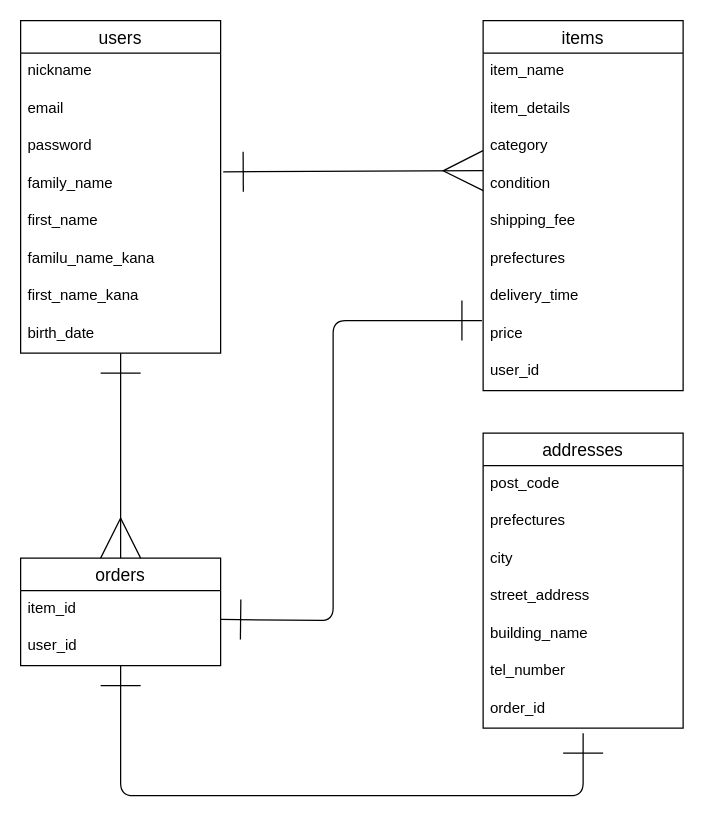
This is assignment.dio from haroco/furima-40291, a draw.io file, before an edit. Source tidied: cells renumbered, new cells numbered last; positions are measured from the earlier drawing's top-left corner, leaving out a move shared by most shapes. Both pictures are drawn from the tidied source at 125%, with x=0, y=0 at pixel (20, 20).
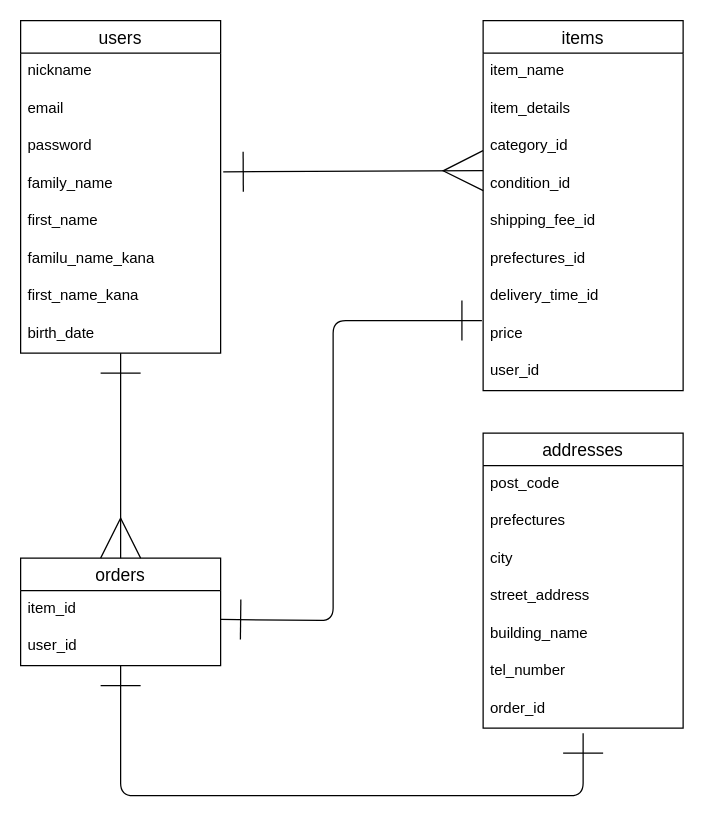
Above is the later version.

Commit message (it also covers changes not shown here):
カラム名をActiveHash用に修正

The change refers to these unchanged cells:
```xml
<mxCell id="11" value="items" style="swimlane;fontStyle=0;horizontal=1;startSize=26;align=center;fontSize=14;" parent="1" vertex="1">
  <mxGeometry x="370" width="160" height="296" as="geometry" />
</mxCell>
```

The edit, as a diff of the source:
```diff
@@
-    <mxCell id="14" value="category" style="text;strokeColor=none;fillColor=none;spacingLeft=4;spacingRight=4;overflow=hidden;fontSize=12;" parent="11" vertex="1">
+    <mxCell id="14" value="category_id" style="text;strokeColor=none;fillColor=none;spacingLeft=4;spacingRight=4;overflow=hidden;fontSize=12;" parent="11" vertex="1">
       <mxGeometry y="86" width="160" height="30" as="geometry" />
     </mxCell>
-    <mxCell id="15" value="condition" style="text;strokeColor=none;fillColor=none;spacingLeft=4;spacingRight=4;overflow=hidden;fontSize=12;" parent="11" vertex="1">
+    <mxCell id="15" value="condition_id" style="text;strokeColor=none;fillColor=none;spacingLeft=4;spacingRight=4;overflow=hidden;fontSize=12;" parent="11" vertex="1">
       <mxGeometry y="116" width="160" height="30" as="geometry" />
     </mxCell>
-    <mxCell id="16" value="shipping_fee" style="text;strokeColor=none;fillColor=none;spacingLeft=4;spacingRight=4;overflow=hidden;fontSize=12;" parent="11" vertex="1">
+    <mxCell id="16" value="shipping_fee_id" style="text;strokeColor=none;fillColor=none;spacingLeft=4;spacingRight=4;overflow=hidden;fontSize=12;" parent="11" vertex="1">
       <mxGeometry y="146" width="160" height="30" as="geometry" />
     </mxCell>
-    <mxCell id="17" value="prefectures" style="text;strokeColor=none;fillColor=none;spacingLeft=4;spacingRight=4;overflow=hidden;fontSize=12;" parent="11" vertex="1">
+    <mxCell id="17" value="prefectures_id" style="text;strokeColor=none;fillColor=none;spacingLeft=4;spacingRight=4;overflow=hidden;fontSize=12;" parent="11" vertex="1">
       <mxGeometry y="176" width="160" height="30" as="geometry" />
     </mxCell>
-    <mxCell id="18" value="delivery_time" style="text;strokeColor=none;fillColor=none;spacingLeft=4;spacingRight=4;overflow=hidden;fontSize=12;" parent="11" vertex="1">
+    <mxCell id="18" value="delivery_time_id" style="text;strokeColor=none;fillColor=none;spacingLeft=4;spacingRight=4;overflow=hidden;fontSize=12;" parent="11" vertex="1">
       <mxGeometry y="206" width="160" height="30" as="geometry" />
     </mxCell>
```
